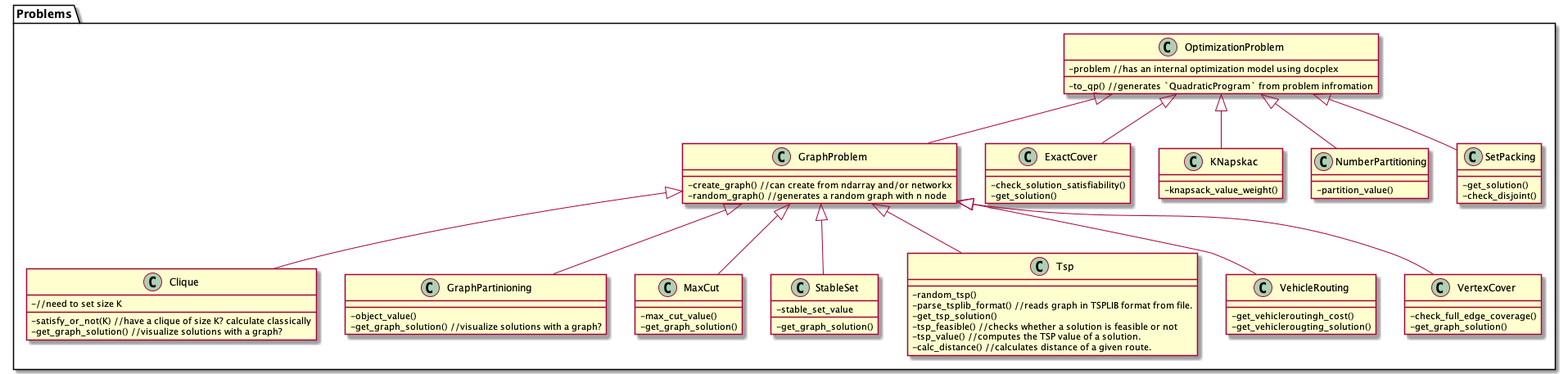
This is out/problems/problems.png from a-matsuo/optimization_class, a PlantUML export, as it was before one commit.
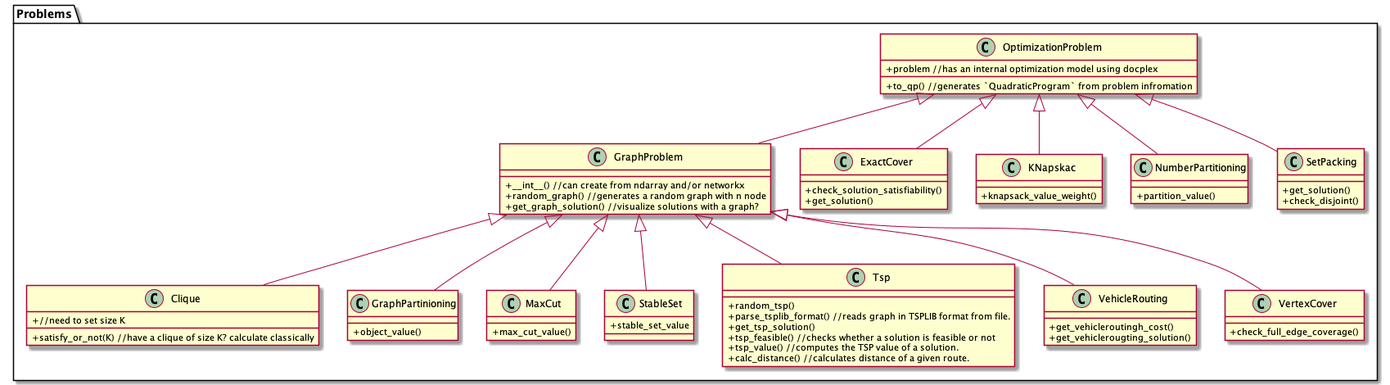
After the change.

What changed in the source:
```diff
@@ -3,84 +3,81 @@
 package Problems {
     class OptimizationProblem
     {
-        -problem //has an internal optimization model using docplex
-        -to_qp() //generates `QuadraticProgram` from problem infromation
+        +problem //has an internal optimization model using docplex
+        +to_qp() //generates `QuadraticProgram` from problem infromation
 
     }
     class GraphProblem
     {
-        -create_graph() //can create from ndarray and/or networkx
-        -random_graph() //generates a random graph with n node
+        +__int__() //can create from ndarray and/or networkx
+        +random_graph() //generates a random graph with n node
+        +get_graph_solution() //visualize solutions with a graph?
+
     }
 
     class Clique
     {
-        -//need to set size K
-        -satisfy_or_not(K) //have a clique of size K? calculate classically
-        -get_graph_solution() //visualize solutions with a graph?
+        +//need to set size K
+        +satisfy_or_not(K) //have a clique of size K? calculate classically
     }
 
     class ExactCover
     {
-        -check_solution_satisfiability()
-        -get_solution()
+        +check_solution_satisfiability()
+        +get_solution()
     }
 
     class GraphPartinioning
     {
-        -object_value()
-        -get_graph_solution() //visualize solutions with a graph?
+        +object_value()
     }
 
     class KNapskac
     {
-        -knapsack_value_weight()
+        +knapsack_value_weight()
 
     }
 
     class MaxCut
     {
-        -max_cut_value()
-        -get_graph_solution()
+        +max_cut_value()
     }
 
     class NumberPartitioning
     {
-        -partition_value()
+        +partition_value()
     }
 
     class SetPacking
     {
-        -get_solution()
-        -check_disjoint()
+        +get_solution()
+        +check_disjoint()
     }
 
     class StableSet
     {
-        -stable_set_value
-        -get_graph_solution()
+        +stable_set_value
     }
 
     class Tsp
     {
-        -random_tsp()
-        -parse_tsplib_format() //reads graph in TSPLIB format from file.
-        -get_tsp_solution()
-        -tsp_feasible() //checks whether a solution is feasible or not
-        -tsp_value() //computes the TSP value of a solution.
-        -calc_distance() //calculates distance of a given route.
+        +random_tsp()
+        +parse_tsplib_format() //reads graph in TSPLIB format from file.
+        +get_tsp_solution()
+        +tsp_feasible() //checks whether a solution is feasible or not
+        +tsp_value() //computes the TSP value of a solution.
+        +calc_distance() //calculates distance of a given route.
     }
 
     class VehicleRouting
     {
-        -get_vehicleroutingh_cost()
-        -get_vehiclerougting_solution()
+        +get_vehicleroutingh_cost()
+        +get_vehiclerougting_solution()
     }
 
     class VertexCover
     {
-        -check_full_edge_coverage()
-        -get_graph_solution()
+        +check_full_edge_coverage()
     }
 
 }
```
